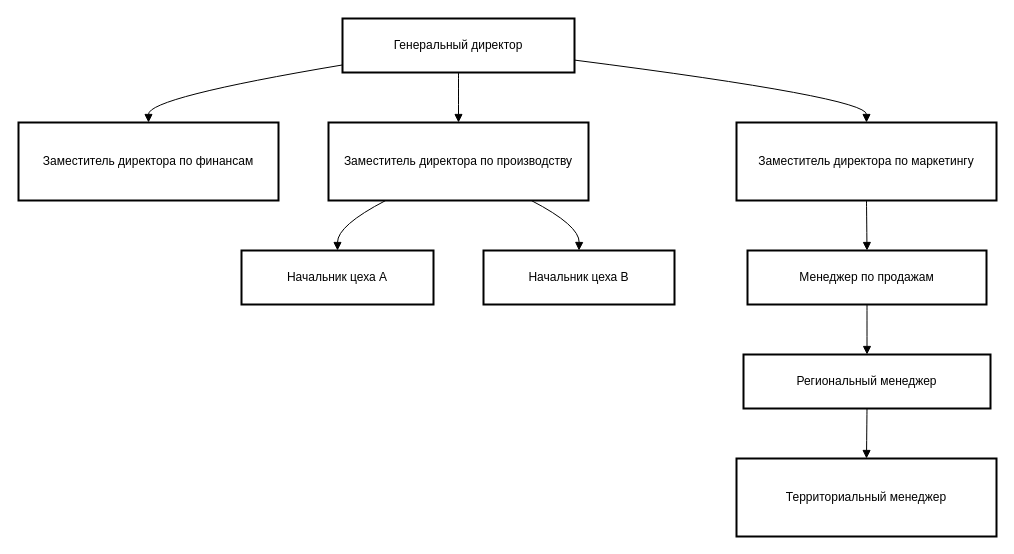
Before: Диаграмма без названия.drawio in danaddi/draw.io, a draw.io diagram. Source tidied: cells renumbered, new cells numbered last; positions are measured from the earlier drawing's top-left corner, leaving out a move shared by most shapes. Both pictures are drawn from the tidied source at 100%, with x=0, y=0 at pixel (18, 18).
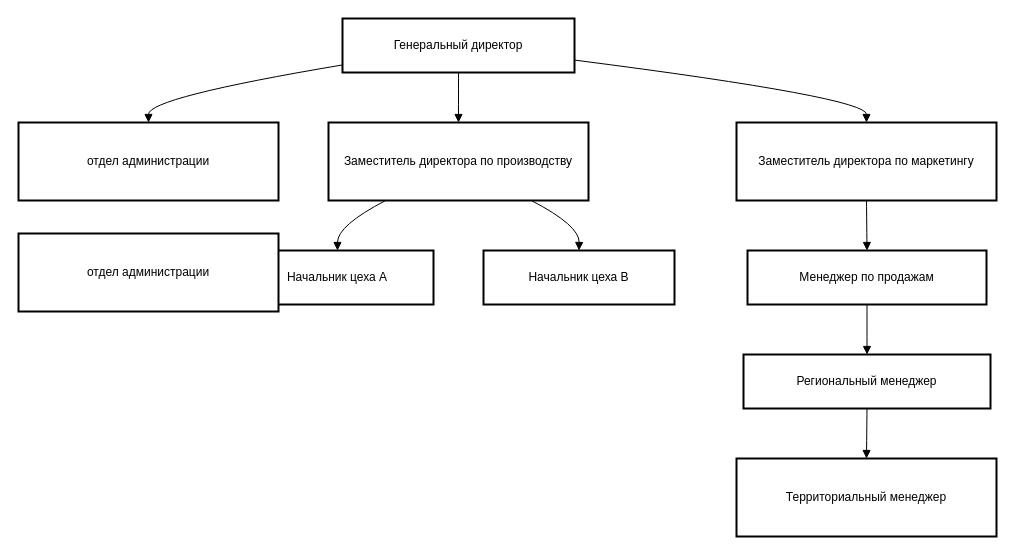
Above is the later version.

What changed in the source:
```diff
@@
-    <mxCell id="3" value="Заместитель директора по финансам" style="whiteSpace=wrap;strokeWidth=2;" parent="1" vertex="1">
+    <mxCell id="3" value="отдел администрации" style="whiteSpace=wrap;strokeWidth=2;" parent="1" vertex="1">
       <mxGeometry y="104" width="260" height="78" as="geometry" />
     </mxCell>
@@
+    <mxCell id="19" value="отдел администрации" style="whiteSpace=wrap;strokeWidth=2;" parent="1" vertex="1">
+      <mxGeometry y="215" width="260" height="78" as="geometry" />
+    </mxCell>
```
